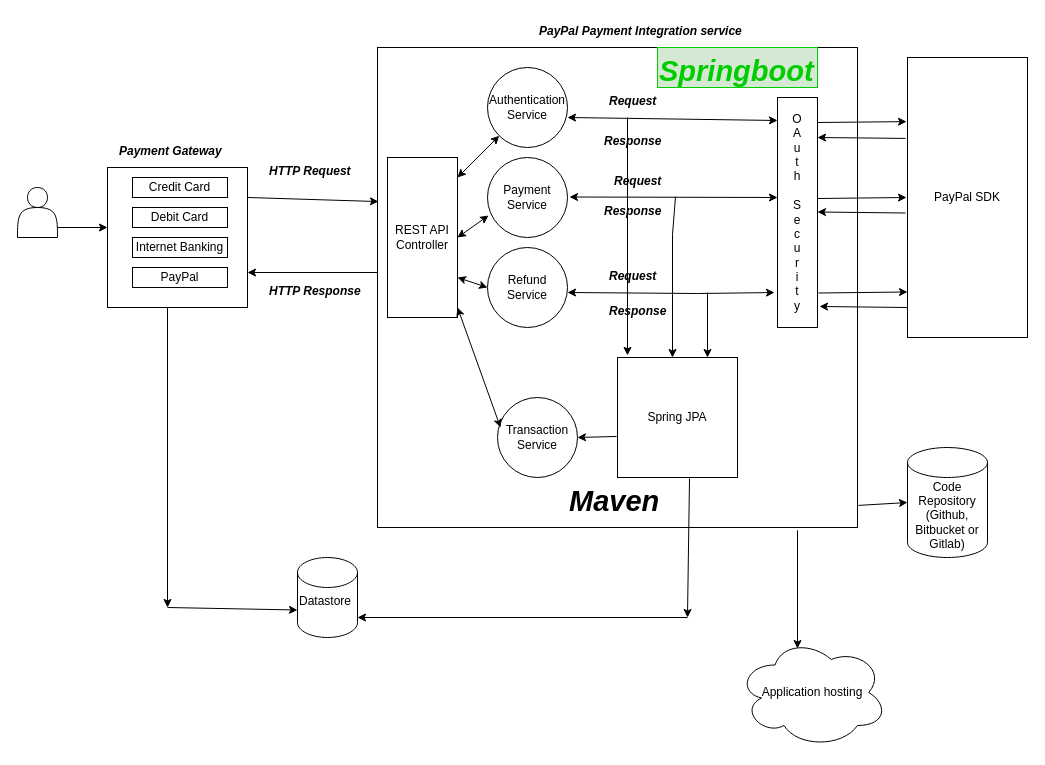
sujathak625/Paypal2.0CaseStudy keeps this draw.io diagram as Technical design.drawio. Above is the earlier version. Source tidied: cells renumbered, new cells numbered last; positions are measured from the earlier drawing's top-left corner, leaving out a move shared by most shapes. Both pictures are drawn from the tidied source at 100%, with x=0, y=0 at pixel (17, 17).
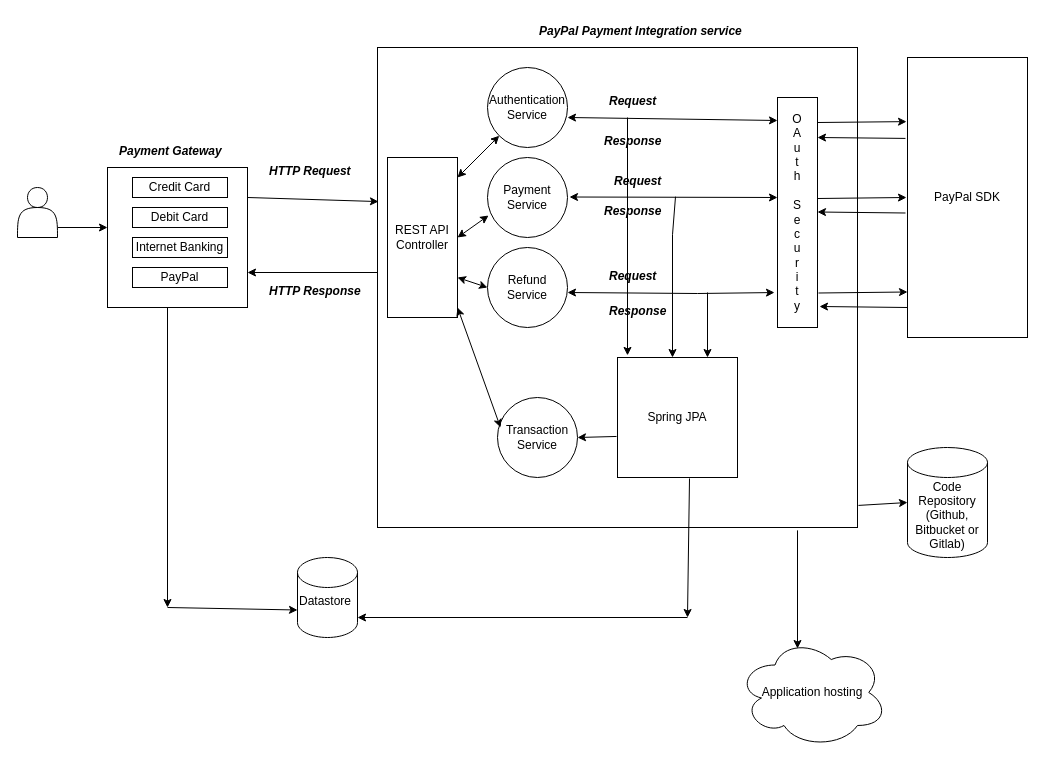
The same page after the edit.

Diff of the diagram source:
```diff
@@
-    <mxCell id="53" value="&lt;b&gt;&lt;i&gt;&lt;font style=&quot;font-size: 29px;&quot;&gt;Maven&lt;/font&gt;&lt;/i&gt;&lt;/b&gt;" style="text;whiteSpace=wrap;html=1;" parent="1" vertex="1">
-      <mxGeometry x="550" y="460" width="100" height="40" as="geometry" />
-    </mxCell>
@@
-    <mxCell id="58" value="&lt;font color=&quot;#00cc00&quot;&gt;&lt;b&gt;&lt;i&gt;&lt;font style=&quot;font-size: 29px;&quot;&gt;Springboot&lt;/font&gt;&lt;/i&gt;&lt;/b&gt;&lt;/font&gt;" style="text;whiteSpace=wrap;html=1;fillColor=#D5E8D4;strokeColor=#00CC00;" parent="1" vertex="1">
-      <mxGeometry x="640" y="30" width="160" height="40" as="geometry" />
-    </mxCell>
```
